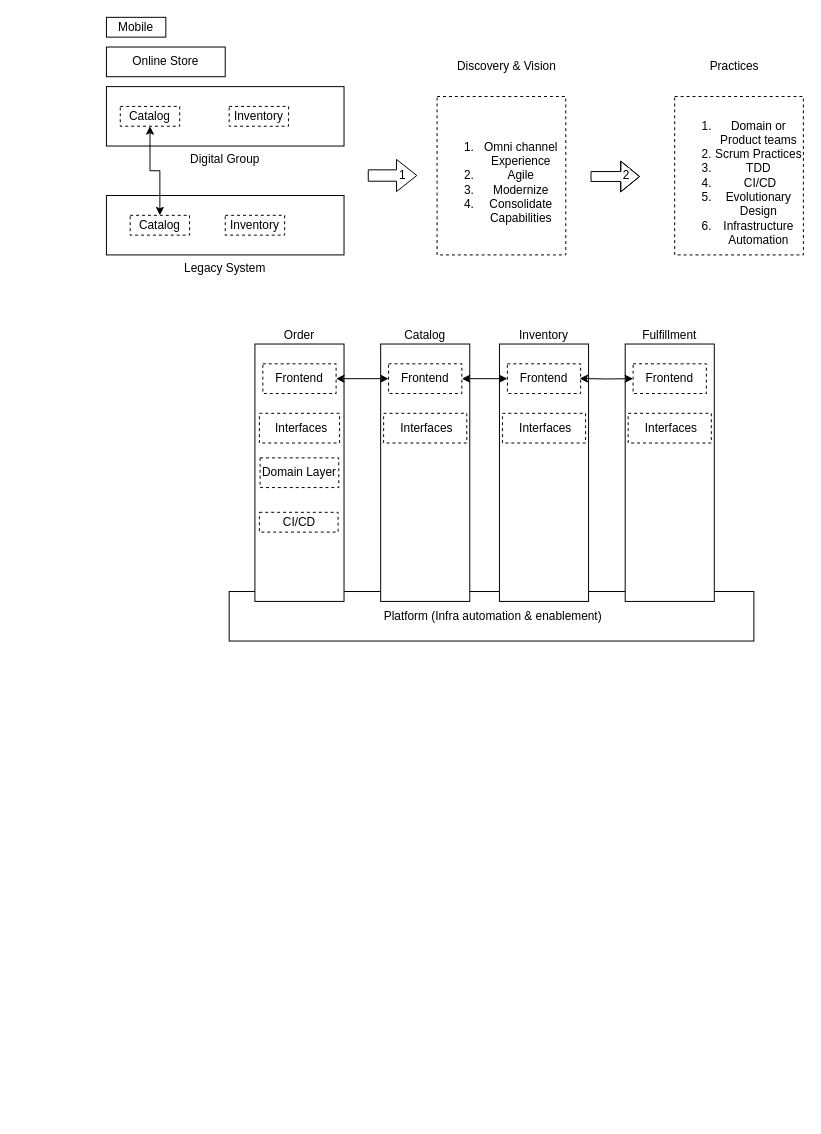
This is terraform/Retail.drawio from radev-66/gcp-poc, a draw.io file, before an edit. Source tidied: cells renumbered, new cells numbered last; positions are measured from the earlier drawing's top-left corner, leaving out a move shared by most shapes. Both pictures are drawn from the tidied source at 99%, with x=0, y=0 at pixel (106, 17).
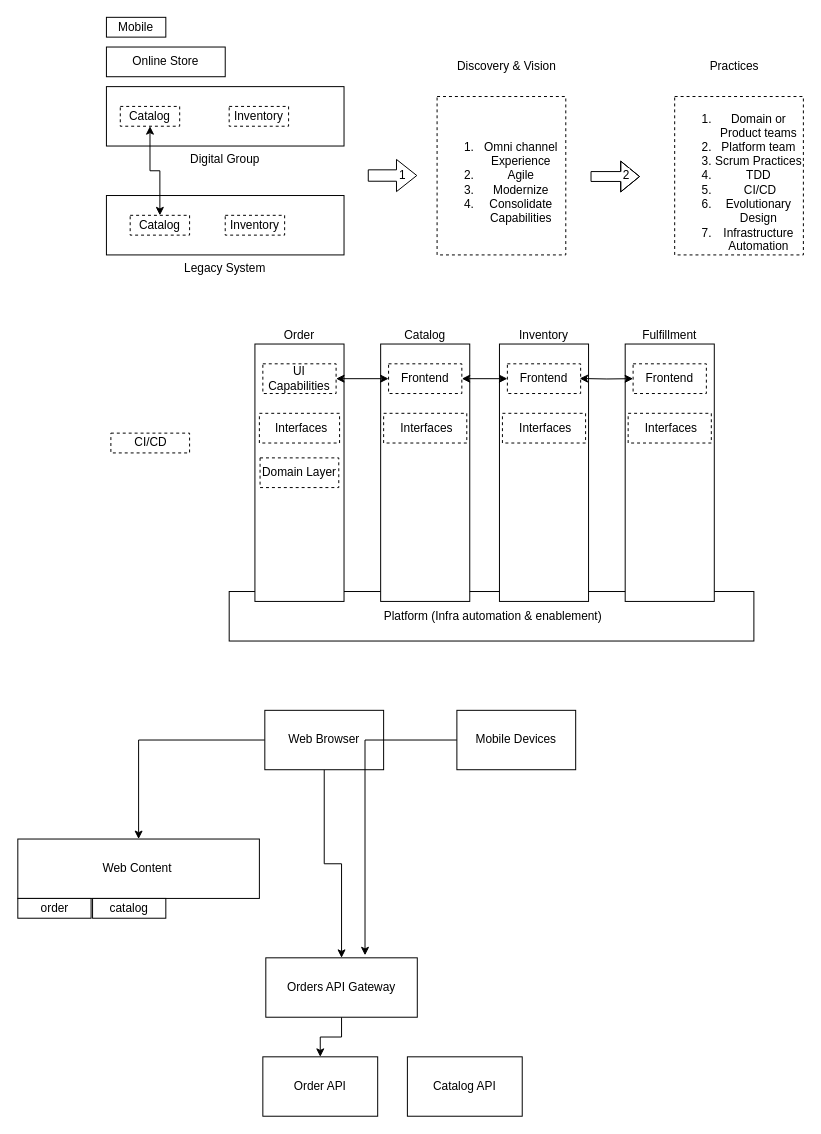
The same page after the edit.

What changed in the source:
```diff
@@
-    <mxCell id="8" value="&lt;br&gt;&lt;ol&gt;&lt;li&gt;Domain or Product teams&lt;/li&gt;&lt;li&gt;Scrum Practices&lt;br&gt;&lt;/li&gt;&lt;li&gt;TDD&lt;br&gt;&lt;/li&gt;&lt;li&gt;&amp;nbsp;CI/CD&lt;/li&gt;&lt;li&gt;Evolutionary Design&lt;br&gt;&lt;/li&gt;&lt;li&gt;Infrastructure Automation &lt;br&gt;&lt;/li&gt;&lt;/ol&gt;" style="text;html=1;strokeColor=default;fillColor=none;align=center;verticalAlign=middle;whiteSpace=wrap;rounded=0;labelPosition=center;verticalLabelPosition=middle;dashed=1;" parent="1" vertex="1">
+    <mxCell id="8" value="&lt;br&gt;&lt;ol&gt;&lt;li&gt;Domain or Product teams&lt;/li&gt;&lt;li&gt;Platform team&lt;/li&gt;&lt;li&gt;Scrum Practices&lt;br&gt;&lt;/li&gt;&lt;li&gt;TDD&lt;br&gt;&lt;/li&gt;&lt;li&gt;&amp;nbsp;CI/CD&lt;/li&gt;&lt;li&gt;Evolutionary Design&lt;br&gt;&lt;/li&gt;&lt;li&gt;Infrastructure Automation &lt;br&gt;&lt;/li&gt;&lt;/ol&gt;" style="text;html=1;strokeColor=default;fillColor=none;align=center;verticalAlign=middle;whiteSpace=wrap;rounded=0;labelPosition=center;verticalLabelPosition=middle;dashed=1;" parent="1" vertex="1">
       <mxGeometry x="574" y="80" width="130" height="160" as="geometry" />
     </mxCell>
@@
-    <mxCell id="24" value="Frontend " style="rounded=0;whiteSpace=wrap;html=1;fontSize=12;strokeColor=default;dashed=1;" parent="1" vertex="1">
+    <mxCell id="24" value="UI Capabilities" style="rounded=0;whiteSpace=wrap;html=1;fontSize=12;strokeColor=default;dashed=1;" parent="1" vertex="1">
       <mxGeometry x="158" y="350" width="74" height="30" as="geometry" />
     </mxCell>
@@
     <mxCell id="35" value="CI/CD" style="rounded=0;whiteSpace=wrap;html=1;fontSize=12;strokeColor=default;dashed=1;" parent="1" vertex="1">
-      <mxGeometry x="154.5" y="500" width="79.5" height="20" as="geometry" />
+      <mxGeometry x="4.5" y="420" width="79.5" height="20" as="geometry" />
     </mxCell>
+    <mxCell id="36" style="edgeStyle=orthogonalEdgeStyle;rounded=0;jettySize=auto;html=1;" parent="1" edge="1" source="38" target="41">
+      <mxGeometry relative="1" as="geometry" />
+    </mxCell>
+    <mxCell id="37" style="edgeStyle=orthogonalEdgeStyle;rounded=0;jettySize=auto;html=1;" parent="1" edge="1" source="38" target="45">
+      <mxGeometry relative="1" as="geometry" />
+    </mxCell>
+    <mxCell id="38" value="Web Browser" style="rounded=0;whiteSpace=wrap;html=1;" parent="1" vertex="1">
+      <mxGeometry x="160" y="700" width="120" height="60" as="geometry" />
+    </mxCell>
+    <mxCell id="39" style="edgeStyle=orthogonalEdgeStyle;rounded=0;jettySize=auto;html=1;entryX=0.655;entryY=-0.043;entryDx=0;entryDy=0;entryPerimeter=0;" parent="1" edge="1" source="40" target="45">
+      <mxGeometry relative="1" as="geometry" />
+    </mxCell>
+    <mxCell id="40" value="Mobile Devices" style="rounded=0;whiteSpace=wrap;html=1;" parent="1" vertex="1">
+      <mxGeometry x="354" y="700" width="120" height="60" as="geometry" />
+    </mxCell>
+    <mxCell id="41" value="Web Content&amp;nbsp;" style="rounded=0;whiteSpace=wrap;html=1;" parent="1" vertex="1">
+      <mxGeometry x="-89.5" y="830" width="244" height="60" as="geometry" />
+    </mxCell>
+    <mxCell id="42" value="order" style="rounded=0;whiteSpace=wrap;html=1;" parent="1" vertex="1">
+      <mxGeometry x="-89.5" y="890" width="74" height="20" as="geometry" />
+    </mxCell>
+    <mxCell id="43" value="catalog" style="rounded=0;whiteSpace=wrap;html=1;" parent="1" vertex="1">
+      <mxGeometry x="-14" y="890" width="74" height="20" as="geometry" />
+    </mxCell>
+    <mxCell id="44" style="edgeStyle=orthogonalEdgeStyle;rounded=0;jettySize=auto;html=1;" parent="1" edge="1" source="45" target="46">
+      <mxGeometry relative="1" as="geometry" />
+    </mxCell>
+    <mxCell id="45" value="Orders API Gateway" style="rounded=0;whiteSpace=wrap;html=1;" parent="1" vertex="1">
+      <mxGeometry x="161" y="950" width="153" height="60" as="geometry" />
+    </mxCell>
+    <mxCell id="46" value="Order API" style="rounded=0;whiteSpace=wrap;html=1;" parent="1" vertex="1">
+      <mxGeometry x="158" y="1050" width="116" height="60" as="geometry" />
+    </mxCell>
+    <mxCell id="47" value="Catalog API" style="rounded=0;whiteSpace=wrap;html=1;" parent="1" vertex="1">
+      <mxGeometry x="304" y="1050" width="116" height="60" as="geometry" />
+    </mxCell>
```
